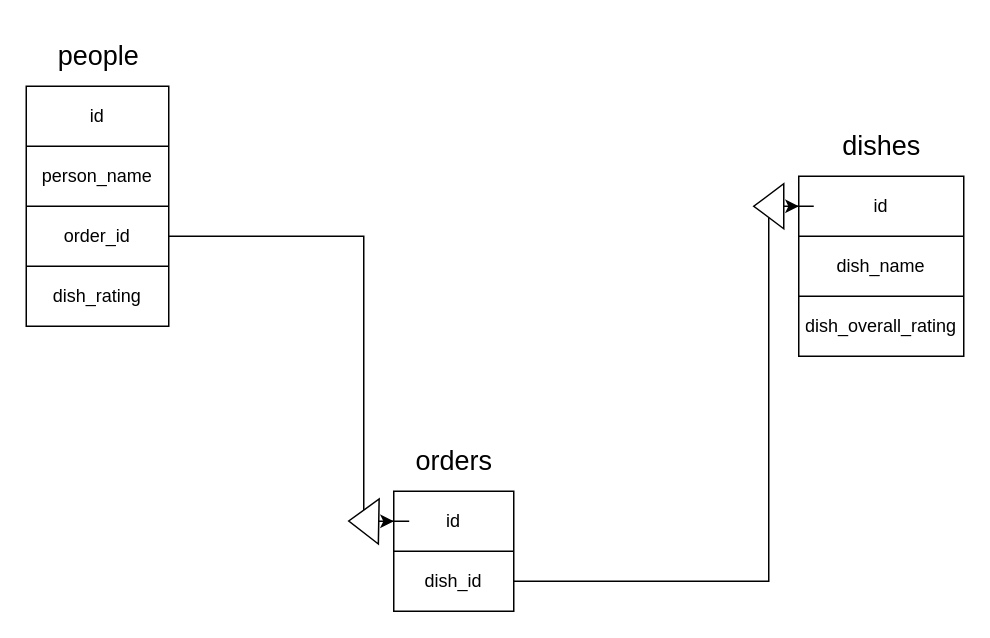
Before: diagram/diningReview.drawio in evchogg/Review, a draw.io diagram. Source tidied: cells renumbered, new cells numbered last; positions are measured from the earlier drawing's top-left corner, leaving out a move shared by most shapes. Both pictures are drawn from the tidied source at 150%, with x=0, y=0 at pixel (26, 26).
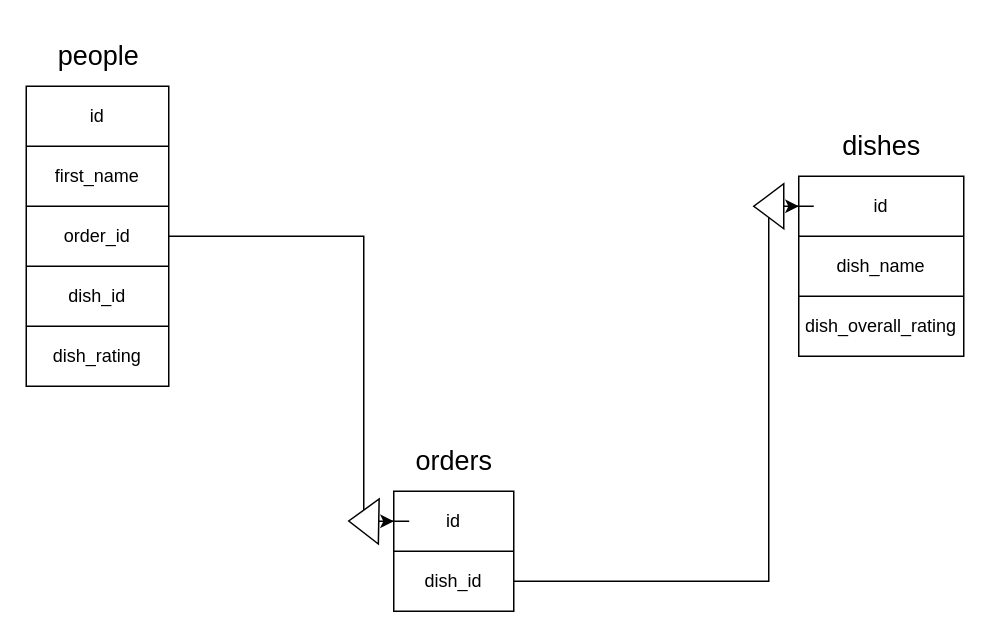
Above is the later version.

Commit message (it also covers changes not shown here):
created tables and changed diagram

Unchanged cells that the change refers to:
```xml
<mxCell id="14" style="shape=tableRow;horizontal=0;startSize=0;swimlaneHead=0;swimlaneBody=0;top=0;left=0;bottom=0;right=0;fillColor=none;" parent="11" vertex="1">
  <mxGeometry y="40" width="95" height="40" as="geometry" />
</mxCell>
<mxCell id="18" style="shape=tableRow;horizontal=0;startSize=0;swimlaneHead=0;swimlaneBody=0;top=0;left=0;bottom=0;right=0;fillColor=none;" parent="11" vertex="1">
  <mxGeometry y="120" width="95" height="40" as="geometry" />
</mxCell>
```

The edit, as a diff of the source:
```diff
@@
     <mxCell id="11" style="shape=table;startSize=0;childLayout=tableLayout;" parent="1" vertex="1">
-      <mxGeometry y="40" width="95" height="160" as="geometry" />
+      <mxGeometry y="40" width="95" height="200" as="geometry" />
     </mxCell>
@@
-    <mxCell id="15" value="person_name" style="shape=partialRectangle;html=1;whiteSpace=wrap;overflow=hidden;fillColor=none;top=0;left=0;bottom=0;right=0;" parent="14" vertex="1">
+    <mxCell id="15" value="first_name" style="shape=partialRectangle;html=1;whiteSpace=wrap;overflow=hidden;fillColor=none;top=0;left=0;bottom=0;right=0;" parent="14" vertex="1">
       <mxGeometry width="95" height="40" as="geometry" />
     </mxCell>
@@
-    <mxCell id="19" value="dish_rating" style="shape=partialRectangle;html=1;whiteSpace=wrap;overflow=hidden;fillColor=none;top=0;left=0;bottom=0;right=0;" parent="18" vertex="1">
+    <mxCell id="19" value="dish_id" style="shape=partialRectangle;html=1;whiteSpace=wrap;overflow=hidden;fillColor=none;top=0;left=0;bottom=0;right=0;" parent="18" vertex="1">
       <mxGeometry width="95" height="40" as="geometry" />
     </mxCell>
+    <mxCell id="32" style="shape=tableRow;horizontal=0;startSize=0;swimlaneHead=0;swimlaneBody=0;top=0;left=0;bottom=0;right=0;fillColor=none;" parent="11" vertex="1">
+      <mxGeometry y="160" width="95" height="40" as="geometry" />
+    </mxCell>
+    <mxCell id="33" value="dish_rating" style="shape=partialRectangle;html=1;whiteSpace=wrap;overflow=hidden;fillColor=none;top=0;left=0;bottom=0;right=0;" parent="32" vertex="1">
+      <mxGeometry width="95" height="40" as="geometry" />
+    </mxCell>
```
